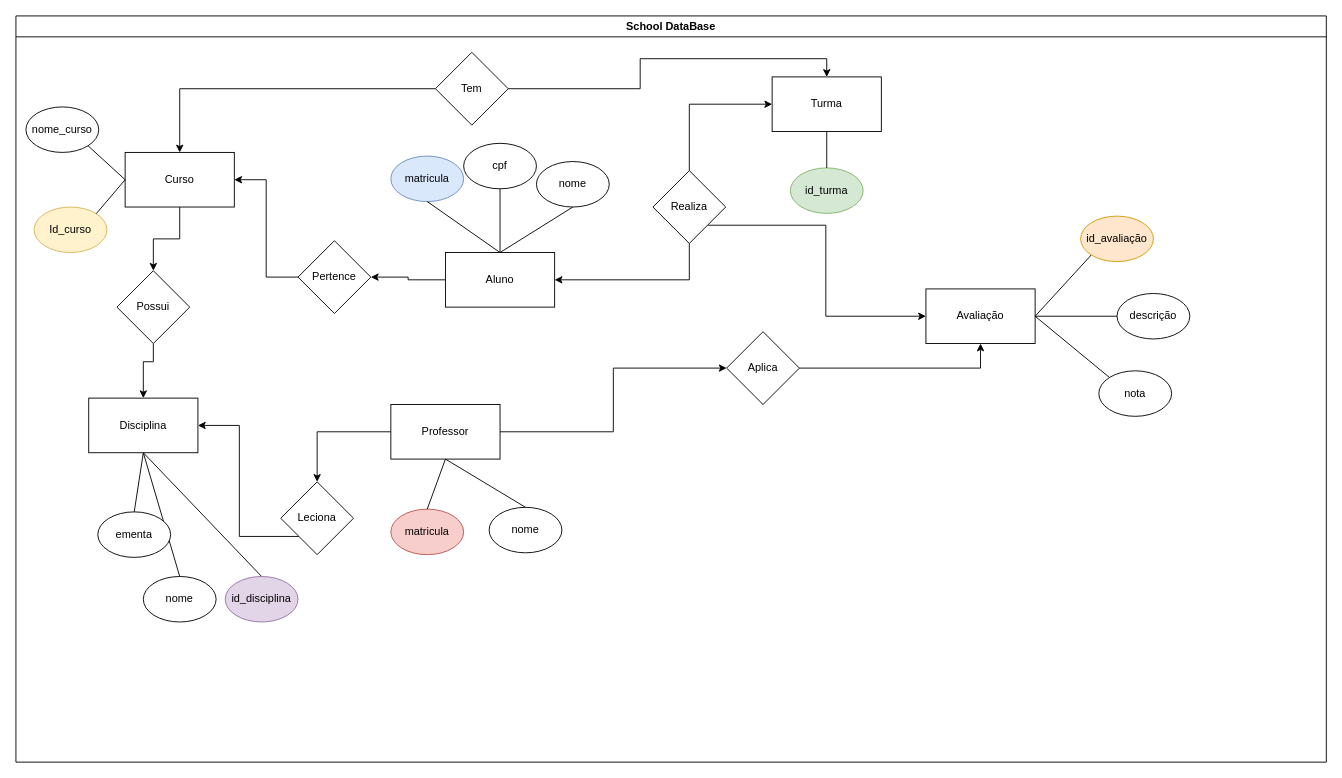
LioMezini/DBschool keeps this draw.io diagram as DBschool.drawio. Above is the earlier version. Source tidied: cells renumbered, new cells numbered last; positions are measured from the earlier drawing's top-left corner, leaving out a move shared by most shapes. Both pictures are drawn from the tidied source at 91%, with x=0, y=0 at pixel (15, 15).
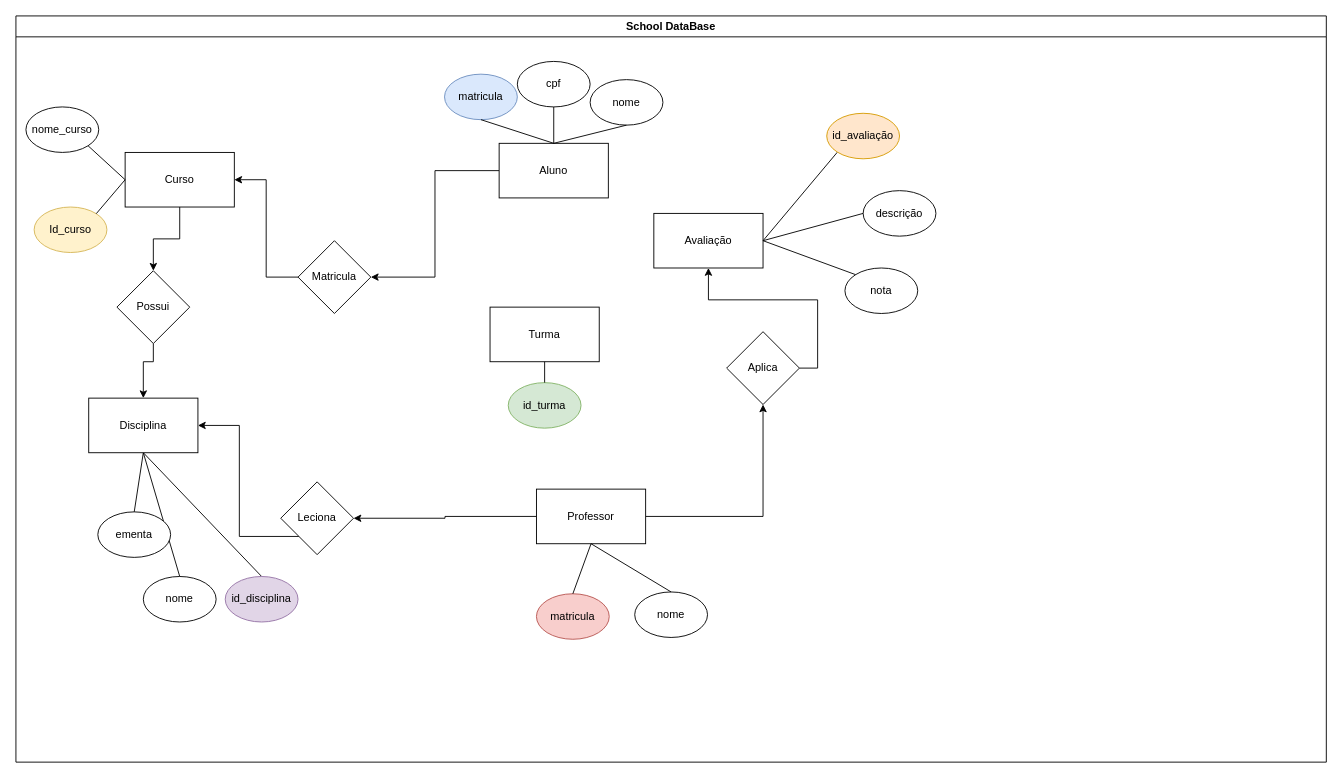
Above is the later version.

Unchanged cells that the change refers to:
```xml
<mxCell id="2" value="School DataBase" style="swimlane;whiteSpace=wrap;" parent="1" vertex="1">
  <mxGeometry width="1440" height="820" as="geometry" />
</mxCell>
<mxCell id="4" value="Curso" style="rounded=0;whiteSpace=wrap;html=1;" parent="2" vertex="1">
  <mxGeometry x="120" y="150" width="120" height="60" as="geometry" />
</mxCell>
```

The edit, as a diff of the source:
```diff
@@
     <mxCell id="6" value="Aluno" style="rounded=0;whiteSpace=wrap;html=1;" parent="2" vertex="1">
-      <mxGeometry x="472" y="260" width="120" height="60" as="geometry" />
+      <mxGeometry x="531" y="140" width="120" height="60" as="geometry" />
     </mxCell>
     <mxCell id="7" value="Avaliação" style="rounded=0;whiteSpace=wrap;html=1;" parent="2" vertex="1">
-      <mxGeometry x="1000" y="300" width="120" height="60" as="geometry" />
+      <mxGeometry x="701" y="217" width="120" height="60" as="geometry" />
     </mxCell>
     <mxCell id="8" value="Turma" style="rounded=0;whiteSpace=wrap;html=1;" parent="2" vertex="1">
-      <mxGeometry x="831" y="67" width="120" height="60" as="geometry" />
+      <mxGeometry x="521" y="320" width="120" height="60" as="geometry" />
     </mxCell>
@@
     <mxCell id="11" value="Professor" style="rounded=0;whiteSpace=wrap;html=1;" parent="2" vertex="1">
-      <mxGeometry x="412" y="427" width="120" height="60" as="geometry" />
+      <mxGeometry x="572" y="520" width="120" height="60" as="geometry" />
     </mxCell>
@@
     <mxCell id="14" value="matricula" style="ellipse;whiteSpace=wrap;html=1;fillColor=#dae8fc;strokeColor=#6c8ebf;" parent="2" vertex="1">
-      <mxGeometry x="412" y="154" width="80" height="50" as="geometry" />
+      <mxGeometry x="471" y="64" width="80" height="50" as="geometry" />
     </mxCell>
     <mxCell id="15" value="nome" style="ellipse;whiteSpace=wrap;html=1;" parent="2" vertex="1">
-      <mxGeometry x="572" y="160" width="80" height="50" as="geometry" />
+      <mxGeometry x="631" y="70" width="80" height="50" as="geometry" />
     </mxCell>
     <mxCell id="16" value="cpf" style="ellipse;whiteSpace=wrap;html=1;" parent="2" vertex="1">
-      <mxGeometry x="492" y="140" width="80" height="50" as="geometry" />
+      <mxGeometry x="551" y="50" width="80" height="50" as="geometry" />
     </mxCell>
     <mxCell id="17" value="nota" style="ellipse;whiteSpace=wrap;html=1;" parent="2" vertex="1">
-      <mxGeometry x="1190" y="390" width="80" height="50" as="geometry" />
+      <mxGeometry x="911" y="277" width="80" height="50" as="geometry" />
     </mxCell>
     <mxCell id="18" value="descrição" style="ellipse;whiteSpace=wrap;html=1;" parent="2" vertex="1">
-      <mxGeometry x="1210" y="305" width="80" height="50" as="geometry" />
+      <mxGeometry x="931" y="192" width="80" height="50" as="geometry" />
     </mxCell>
     <mxCell id="19" value="id_turma" style="ellipse;whiteSpace=wrap;html=1;fillColor=#d5e8d4;strokeColor=#82b366;" parent="2" vertex="1">
-      <mxGeometry x="851" y="167" width="80" height="50" as="geometry" />
+      <mxGeometry x="541" y="403" width="80" height="50" as="geometry" />
     </mxCell>
     <mxCell id="20" value="matricula" style="ellipse;whiteSpace=wrap;html=1;fillColor=#f8cecc;strokeColor=#b85450;" parent="2" vertex="1">
-      <mxGeometry x="412" y="542" width="80" height="50" as="geometry" />
+      <mxGeometry x="572" y="635" width="80" height="50" as="geometry" />
     </mxCell>
     <mxCell id="21" value="nome" style="ellipse;whiteSpace=wrap;html=1;" parent="2" vertex="1">
-      <mxGeometry x="520" y="540" width="80" height="50" as="geometry" />
+      <mxGeometry x="680" y="633" width="80" height="50" as="geometry" />
     </mxCell>
@@
-    <mxCell id="37" value="Pertence" style="rhombus;whiteSpace=wrap;html=1;" parent="2" vertex="1">
+    <mxCell id="37" value="Matricula" style="rhombus;whiteSpace=wrap;html=1;" parent="2" vertex="1">
       <mxGeometry x="310" y="247" width="80" height="80" as="geometry" />
     </mxCell>
-    <mxCell id="38" style="edgeStyle=orthogonalEdgeStyle;rounded=0;jettySize=auto;html=1;exitX=1;exitY=1;exitDx=0;exitDy=0;entryX=0;entryY=0.5;entryDx=0;entryDy=0;" parent="2" edge="1" source="41" target="7">
-      <mxGeometry relative="1" as="geometry" />
-    </mxCell>
-    <mxCell id="39" style="edgeStyle=orthogonalEdgeStyle;rounded=0;jettySize=auto;html=1;exitX=0.5;exitY=1;exitDx=0;exitDy=0;entryX=1;entryY=0.5;entryDx=0;entryDy=0;" parent="2" edge="1" source="41" target="6">
-      <mxGeometry relative="1" as="geometry" />
-    </mxCell>
-    <mxCell id="40" style="edgeStyle=orthogonalEdgeStyle;rounded=0;jettySize=auto;html=1;exitX=0.5;exitY=0;exitDx=0;exitDy=0;entryX=0;entryY=0.5;entryDx=0;entryDy=0;" parent="2" edge="1" source="41" target="8">
-      <mxGeometry relative="1" as="geometry" />
-    </mxCell>
-    <mxCell id="41" value="Realiza" style="rhombus;whiteSpace=wrap;html=1;rounded=0;" parent="2" vertex="1">
-      <mxGeometry x="700" y="170" width="80" height="80" as="geometry" />
-    </mxCell>
     <mxCell id="42" value="id_avaliação" style="ellipse;whiteSpace=wrap;html=1;fillColor=#ffe6cc;strokeColor=#d79b00;" parent="2" vertex="1">
-      <mxGeometry x="1170" y="220" width="80" height="50" as="geometry" />
+      <mxGeometry x="891" y="107" width="80" height="50" as="geometry" />
     </mxCell>
@@
-    <mxCell id="53" style="edgeStyle=orthogonalEdgeStyle;rounded=0;jettySize=auto;html=1;exitX=0;exitY=0.5;exitDx=0;exitDy=0;entryX=0.5;entryY=0;entryDx=0;entryDy=0;" parent="2" edge="1" source="55" target="4">
-      <mxGeometry relative="1" as="geometry" />
-    </mxCell>
-    <mxCell id="54" style="edgeStyle=orthogonalEdgeStyle;rounded=0;jettySize=auto;html=1;exitX=1;exitY=0.5;exitDx=0;exitDy=0;entryX=0.5;entryY=0;entryDx=0;entryDy=0;" parent="2" edge="1" source="55" target="8">
-      <mxGeometry relative="1" as="geometry" />
-    </mxCell>
-    <mxCell id="55" value="Tem" style="rhombus;whiteSpace=wrap;html=1;" parent="2" vertex="1">
-      <mxGeometry x="461" y="40" width="80" height="80" as="geometry" />
-    </mxCell>
```
